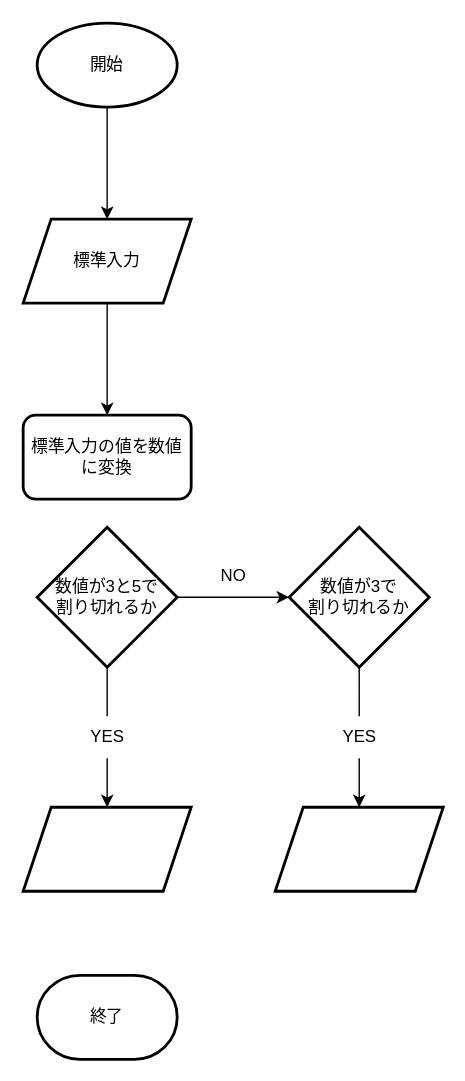
Earlier version of the draw.io export フローチャート.drawio.svg (kao126/flow-chart). Source tidied: cells renumbered, new cells last; positions are measured from the earlier drawing's top-left corner, leaving out a move shared by most shapes.
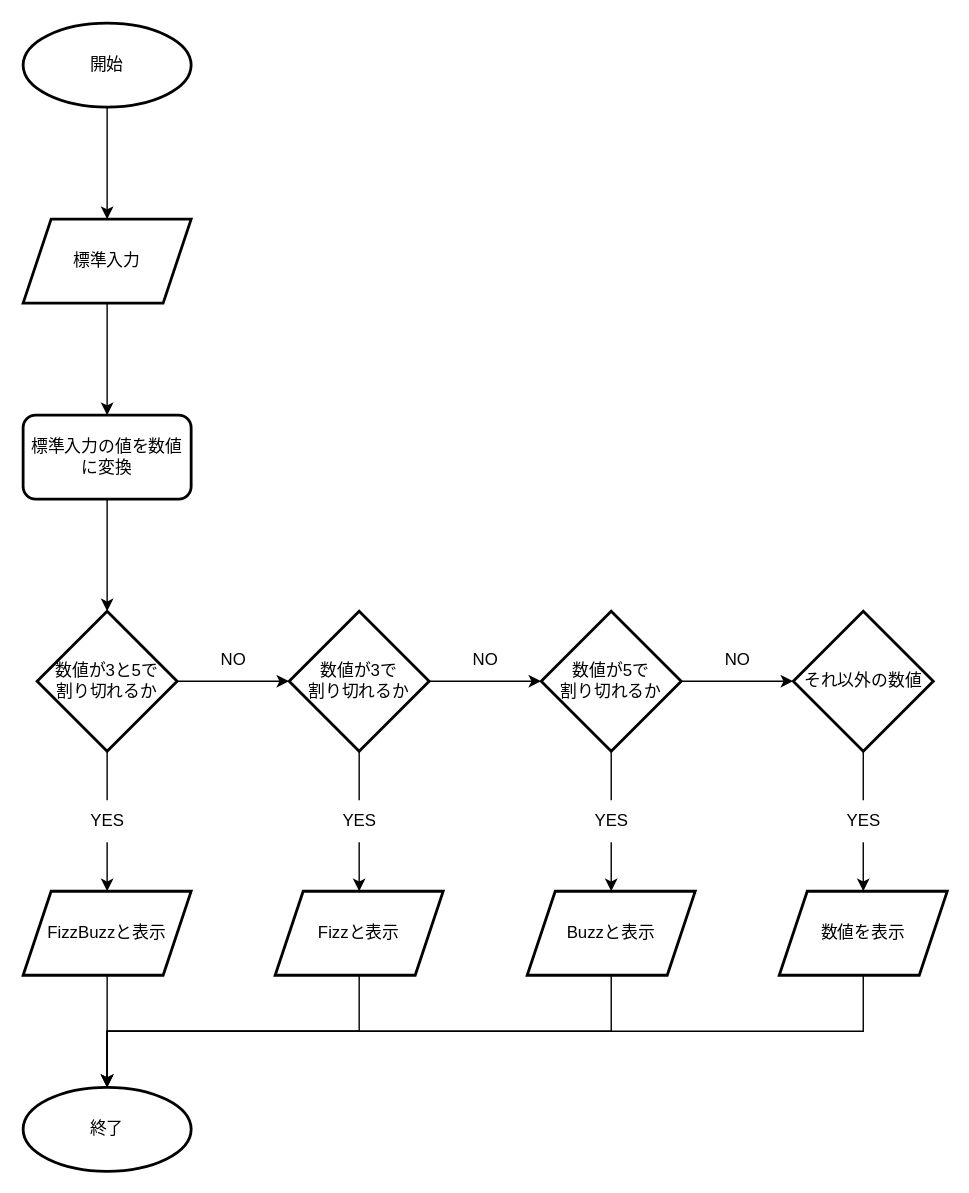
Above is the later version.

Commit message:
フローチャート完成

Diff of the diagram source:
```diff
@@ -2,15 +2,12 @@
   <root>
     <mxCell id="0" />
     <mxCell id="1" parent="0" />
+    <mxCell id="20" style="edgeStyle=orthogonalEdgeStyle;rounded=0;jettySize=auto;html=1;startArrow=none;" parent="1" edge="1" source="36" target="35">
+      <mxGeometry relative="1" as="geometry" />
+    </mxCell>
     <mxCell id="2" style="edgeStyle=orthogonalEdgeStyle;rounded=0;jettySize=auto;html=1;startArrow=none;" parent="1" edge="1" source="18" target="11">
       <mxGeometry relative="1" as="geometry" />
     </mxCell>
-    <mxCell id="3" style="edgeStyle=orthogonalEdgeStyle;rounded=0;jettySize=auto;html=1;" parent="1" edge="1" source="4" target="13">
-      <mxGeometry relative="1" as="geometry" />
-    </mxCell>
-    <mxCell id="4" value="開始" style="strokeWidth=2;html=1;shape=mxgraph.flowchart.start_1;whiteSpace=wrap;" parent="1" vertex="1">
-      <mxGeometry x="10" width="100" height="60" as="geometry" />
-    </mxCell>
     <mxCell id="5" style="edgeStyle=orthogonalEdgeStyle;rounded=0;jettySize=auto;html=1;" parent="1" edge="1" source="7" target="9">
       <mxGeometry relative="1" as="geometry" />
     </mxCell>
@@ -20,26 +17,35 @@
     <mxCell id="7" value="数値が3と5で&lt;br&gt;割り切れるか" style="strokeWidth=2;html=1;shape=mxgraph.flowchart.decision;whiteSpace=wrap;" parent="1" vertex="1">
       <mxGeometry x="10" y="360" width="100" height="100" as="geometry" />
     </mxCell>
-    <mxCell id="8" value="終了" style="strokeWidth=2;html=1;shape=mxgraph.flowchart.terminator;whiteSpace=wrap;" parent="1" vertex="1">
-      <mxGeometry x="10" y="680" width="100" height="60" as="geometry" />
-    </mxCell>
+    <mxCell id="21" style="edgeStyle=orthogonalEdgeStyle;rounded=0;jettySize=auto;html=1;" parent="1" edge="1" source="9" target="27">
+      <mxGeometry relative="1" as="geometry" />
+    </mxCell>
     <mxCell id="9" value="数値が3で&lt;br&gt;割り切れるか" style="strokeWidth=2;html=1;shape=mxgraph.flowchart.decision;whiteSpace=wrap;" parent="1" vertex="1">
       <mxGeometry x="190" y="360" width="100" height="100" as="geometry" />
     </mxCell>
+    <mxCell id="22" style="edgeStyle=orthogonalEdgeStyle;rounded=0;jettySize=auto;html=1;" parent="1" edge="1" source="10" target="8">
+      <mxGeometry relative="1" as="geometry" />
+    </mxCell>
-    <mxCell id="10" style="shape=parallelogram;perimeter=parallelogramPerimeter;whiteSpace=wrap;html=1;fixedSize=1;strokeWidth=2;" parent="1" vertex="1">
+    <mxCell id="10" value="FizzBuzzと表示" style="shape=parallelogram;perimeter=parallelogramPerimeter;whiteSpace=wrap;html=1;fixedSize=1;strokeWidth=2;" parent="1" vertex="1">
       <mxGeometry y="560" width="120" height="60" as="geometry" />
     </mxCell>
+    <mxCell id="23" style="edgeStyle=orthogonalEdgeStyle;rounded=0;jettySize=auto;html=1;exitX=0.5;exitY=1;exitDx=0;exitDy=0;entryX=0.5;entryY=0;entryDx=0;entryDy=0;" parent="1" edge="1" source="11" target="8">
+      <mxGeometry relative="1" as="geometry" />
+    </mxCell>
-    <mxCell id="11" style="shape=parallelogram;perimeter=parallelogramPerimeter;whiteSpace=wrap;html=1;fixedSize=1;strokeWidth=2;" parent="1" vertex="1">
+    <mxCell id="11" value="Fizzと表示" style="shape=parallelogram;perimeter=parallelogramPerimeter;whiteSpace=wrap;html=1;fixedSize=1;strokeWidth=2;" parent="1" vertex="1">
       <mxGeometry x="180" y="560" width="120" height="60" as="geometry" />
     </mxCell>
     <mxCell id="12" style="edgeStyle=orthogonalEdgeStyle;rounded=0;jettySize=auto;html=1;" parent="1" edge="1" source="13" target="14">
       <mxGeometry relative="1" as="geometry" />
     </mxCell>
     <mxCell id="13" value="標準入力" style="shape=parallelogram;perimeter=parallelogramPerimeter;whiteSpace=wrap;html=1;fixedSize=1;strokeWidth=2;" parent="1" vertex="1">
-      <mxGeometry y="140" width="120" height="60" as="geometry" />
+      <mxGeometry y="80" width="120" height="60" as="geometry" />
     </mxCell>
+    <mxCell id="24" style="edgeStyle=orthogonalEdgeStyle;rounded=0;jettySize=auto;html=1;" parent="1" edge="1" source="14" target="7">
+      <mxGeometry relative="1" as="geometry" />
+    </mxCell>
     <mxCell id="14" value="標準入力の値を数値に変換" style="rounded=1;whiteSpace=wrap;html=1;strokeWidth=2;" parent="1" vertex="1">
-      <mxGeometry y="280" width="120" height="60" as="geometry" />
+      <mxGeometry y="220" width="120" height="60" as="geometry" />
     </mxCell>
     <mxCell id="15" value="YES" style="text;html=1;align=center;verticalAlign=middle;points=[];strokeColor=none;fillColor=none;" parent="1" vertex="1">
       <mxGeometry x="35" y="495" width="50" height="30" as="geometry" />
@@ -56,5 +62,63 @@
     <mxCell id="19" style="edgeStyle=orthogonalEdgeStyle;rounded=0;jettySize=auto;html=1;endArrow=none;" parent="1" edge="1" source="9" target="18">
       <mxGeometry relative="1" as="geometry" />
     </mxCell>
+    <mxCell id="25" style="edgeStyle=orthogonalEdgeStyle;rounded=0;jettySize=auto;html=1;startArrow=none;" parent="1" edge="1" source="30" target="29">
+      <mxGeometry relative="1" as="geometry" />
+    </mxCell>
+    <mxCell id="26" style="edgeStyle=orthogonalEdgeStyle;rounded=0;jettySize=auto;html=1;" parent="1" edge="1" source="27" target="33">
+      <mxGeometry relative="1" as="geometry" />
+    </mxCell>
+    <mxCell id="27" value="数値が5で&lt;br&gt;割り切れるか" style="strokeWidth=2;html=1;shape=mxgraph.flowchart.decision;whiteSpace=wrap;" parent="1" vertex="1">
+      <mxGeometry x="370" y="360" width="100" height="100" as="geometry" />
+    </mxCell>
+    <mxCell id="28" style="edgeStyle=orthogonalEdgeStyle;rounded=0;jettySize=auto;html=1;entryX=0.5;entryY=0;entryDx=0;entryDy=0;" parent="1" edge="1" source="29" target="8">
+      <mxGeometry relative="1" as="geometry">
+        <Array as="points">
+          <mxPoint x="420" y="660" />
+          <mxPoint x="60" y="660" />
+        </Array>
+      </mxGeometry>
+    </mxCell>
+    <mxCell id="29" value="Buzzと表示" style="shape=parallelogram;perimeter=parallelogramPerimeter;whiteSpace=wrap;html=1;fixedSize=1;strokeWidth=2;" parent="1" vertex="1">
+      <mxGeometry x="360" y="560" width="120" height="60" as="geometry" />
+    </mxCell>
+    <mxCell id="30" value="YES" style="text;html=1;align=center;verticalAlign=middle;points=[];strokeColor=none;fillColor=none;" parent="1" vertex="1">
+      <mxGeometry x="395" y="495" width="50" height="30" as="geometry" />
+    </mxCell>
+    <mxCell id="31" style="edgeStyle=orthogonalEdgeStyle;rounded=0;jettySize=auto;html=1;endArrow=none;" parent="1" edge="1" source="27" target="30">
+      <mxGeometry relative="1" as="geometry" />
+    </mxCell>
+    <mxCell id="32" value="NO" style="text;html=1;align=center;verticalAlign=middle;strokeColor=none;fillColor=none;" parent="1" vertex="1">
+      <mxGeometry x="310" y="380" width="40" height="30" as="geometry" />
+    </mxCell>
+    <mxCell id="33" value="それ以外の数値" style="strokeWidth=2;html=1;shape=mxgraph.flowchart.decision;whiteSpace=wrap;" parent="1" vertex="1">
+      <mxGeometry x="550" y="360" width="100" height="100" as="geometry" />
+    </mxCell>
+    <mxCell id="34" style="edgeStyle=orthogonalEdgeStyle;rounded=0;jettySize=auto;html=1;exitX=0.5;exitY=1;exitDx=0;exitDy=0;" parent="1" edge="1" source="35">
+      <mxGeometry relative="1" as="geometry">
+        <mxPoint x="60" y="700" as="targetPoint" />
+      </mxGeometry>
+    </mxCell>
+    <mxCell id="35" value="数値を表示" style="shape=parallelogram;perimeter=parallelogramPerimeter;whiteSpace=wrap;html=1;fixedSize=1;strokeWidth=2;" parent="1" vertex="1">
+      <mxGeometry x="540" y="560" width="120" height="60" as="geometry" />
+    </mxCell>
+    <mxCell id="36" value="YES" style="text;html=1;align=center;verticalAlign=middle;points=[];strokeColor=none;fillColor=none;" parent="1" vertex="1">
+      <mxGeometry x="575" y="495" width="50" height="30" as="geometry" />
+    </mxCell>
+    <mxCell id="37" style="edgeStyle=orthogonalEdgeStyle;rounded=0;jettySize=auto;html=1;endArrow=none;" parent="1" edge="1" source="33" target="36">
+      <mxGeometry relative="1" as="geometry" />
+    </mxCell>
+    <mxCell id="38" value="NO" style="text;html=1;align=center;verticalAlign=middle;strokeColor=none;fillColor=none;" parent="1" vertex="1">
+      <mxGeometry x="490" y="380" width="40" height="30" as="geometry" />
+    </mxCell>
+    <mxCell id="8" value="終了" style="ellipse;whiteSpace=wrap;html=1;strokeWidth=2;" parent="1" vertex="1">
+      <mxGeometry y="700" width="120" height="60" as="geometry" />
+    </mxCell>
+    <mxCell id="3" style="edgeStyle=orthogonalEdgeStyle;rounded=0;jettySize=auto;html=1;" parent="1" edge="1" source="4" target="13">
+      <mxGeometry relative="1" as="geometry" />
+    </mxCell>
+    <mxCell id="4" value="開始" style="ellipse;whiteSpace=wrap;html=1;strokeWidth=2;" parent="1" vertex="1">
+      <mxGeometry y="-60" width="120" height="60" as="geometry" />
+    </mxCell>
   </root>
 </mxGraphModel>
```
